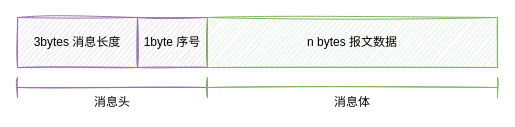
Earlier version of the draw.io diagram ck mysql request drawio.drawio (leonce28/draw-io-img). Source tidied: cells renumbered, new cells numbered last; positions are measured from the earlier drawing's top-left corner, leaving out a move shared by most shapes. Both pictures are drawn from the tidied source at 100%, with x=0, y=0 at pixel (17, 17).
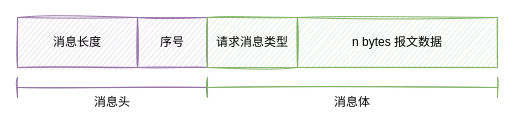
The same page after the edit.

Diff of the diagram source:
```diff
@@
 <mxGraphModel>
   <root>
     <mxCell id="0" />
     <mxCell id="1" parent="0" />
-    <mxCell id="2" value="3bytes 消息长度" style="rounded=0;whiteSpace=wrap;html=1;fillStyle=auto;fillColor=#e1d5e7;gradientDirection=north;sketch=1;strokeColor=#9673a6;" parent="1" vertex="1">
+    <mxCell id="2" value="消息长度" style="rounded=0;whiteSpace=wrap;html=1;fillStyle=auto;fillColor=#e1d5e7;gradientDirection=north;sketch=1;strokeColor=#9673a6;" parent="1" vertex="1">
       <mxGeometry width="120" height="50" as="geometry" />
     </mxCell>
-    <mxCell id="3" value="1byte 序号" style="rounded=0;whiteSpace=wrap;html=1;fillStyle=auto;fillColor=#e1d5e7;gradientDirection=north;sketch=1;strokeColor=#9673a6;" parent="1" vertex="1">
+    <mxCell id="3" value="序号" style="rounded=0;whiteSpace=wrap;html=1;fillStyle=auto;fillColor=#e1d5e7;gradientDirection=north;sketch=1;strokeColor=#9673a6;" parent="1" vertex="1">
       <mxGeometry x="120" width="70" height="50" as="geometry" />
     </mxCell>
     <mxCell id="4" value="n bytes 报文数据" style="rounded=0;whiteSpace=wrap;html=1;fillStyle=auto;fillColor=#d5e8d4;gradientDirection=north;sketch=1;strokeColor=#82b366;" parent="1" vertex="1">
-      <mxGeometry x="190" width="290" height="50" as="geometry" />
+      <mxGeometry x="280" width="200" height="50" as="geometry" />
     </mxCell>
     <mxCell id="5" style="shape=crossbar;whiteSpace=wrap;html=1;rounded=1;sketch=1;fillColor=#e1d5e7;strokeColor=#9673a6;" parent="1" vertex="1">
       <mxGeometry y="60" width="190" height="20" as="geometry" />
     </mxCell>
     <mxCell id="6" value="消息头" style="text;html=1;strokeColor=none;fillColor=none;align=center;verticalAlign=middle;whiteSpace=wrap;rounded=0;sketch=0;shadow=0;glass=0;" parent="1" vertex="1">
       <mxGeometry x="70" y="80" width="50" height="10" as="geometry" />
     </mxCell>
     <mxCell id="7" style="shape=crossbar;whiteSpace=wrap;html=1;rounded=1;sketch=1;fillColor=#d5e8d4;strokeColor=#82b366;" parent="1" vertex="1">
       <mxGeometry x="190" y="60" width="290" height="20" as="geometry" />
     </mxCell>
     <mxCell id="8" value="消息体" style="text;html=1;strokeColor=none;fillColor=none;align=center;verticalAlign=middle;whiteSpace=wrap;rounded=0;sketch=0;shadow=0;glass=0;" parent="1" vertex="1">
       <mxGeometry x="310" y="80" width="50" height="10" as="geometry" />
     </mxCell>
+    <mxCell id="9" value="请求消息类型" style="rounded=0;whiteSpace=wrap;html=1;fillStyle=auto;fillColor=#d5e8d4;gradientDirection=north;sketch=1;strokeColor=#82b366;" parent="1" vertex="1">
+      <mxGeometry x="190" width="90" height="50" as="geometry" />
+    </mxCell>
   </root>
 </mxGraphModel>
```
